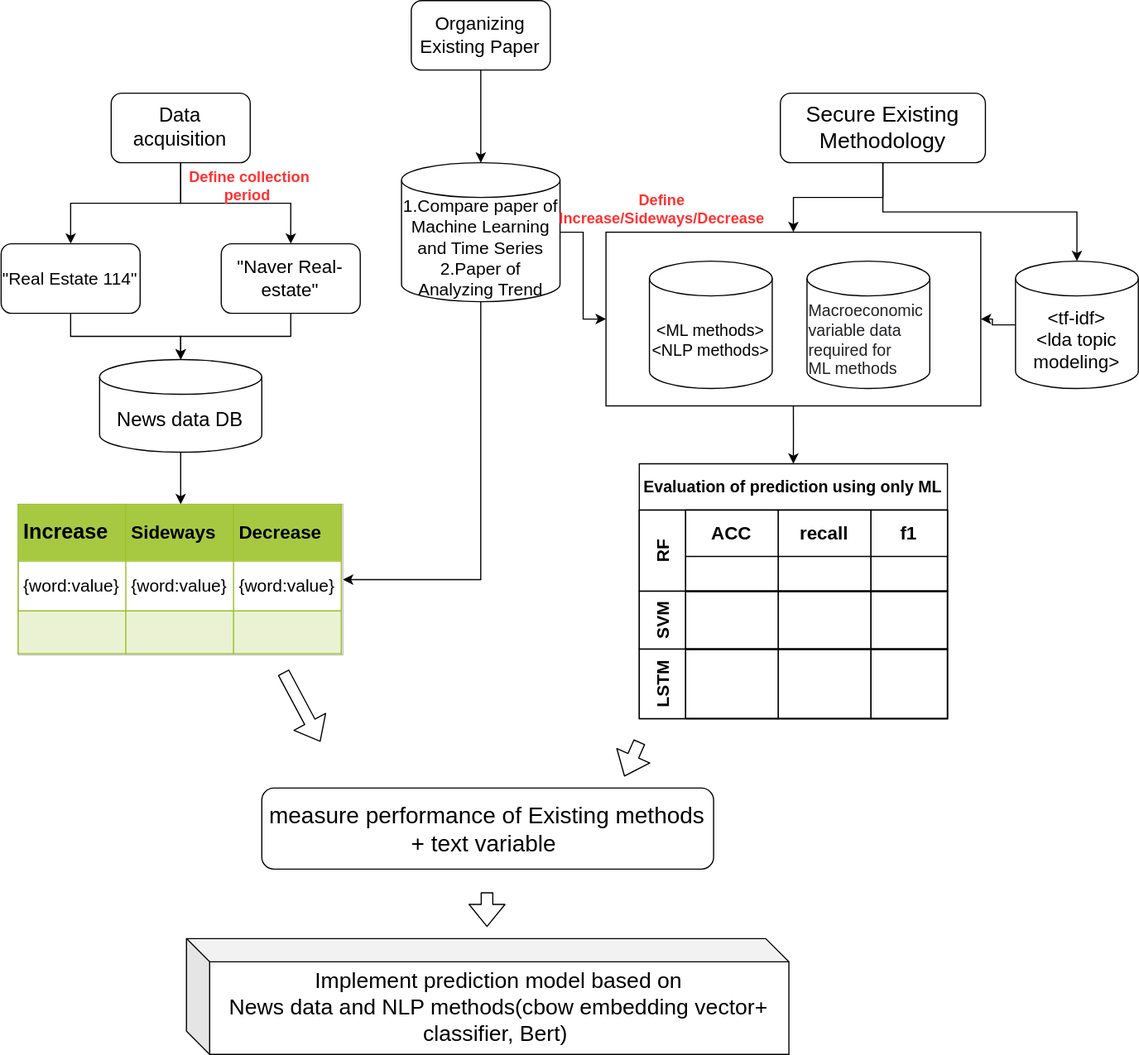
jinwooahnKHU/2021_1_real_estate_project keeps this draw.io diagram as Copy of project_flowchart_vertical.svg. Above is the earlier version. Source tidied: cells renumbered, new cells last; positions are measured from the earlier drawing's top-left corner, leaving out a move shared by most shapes.
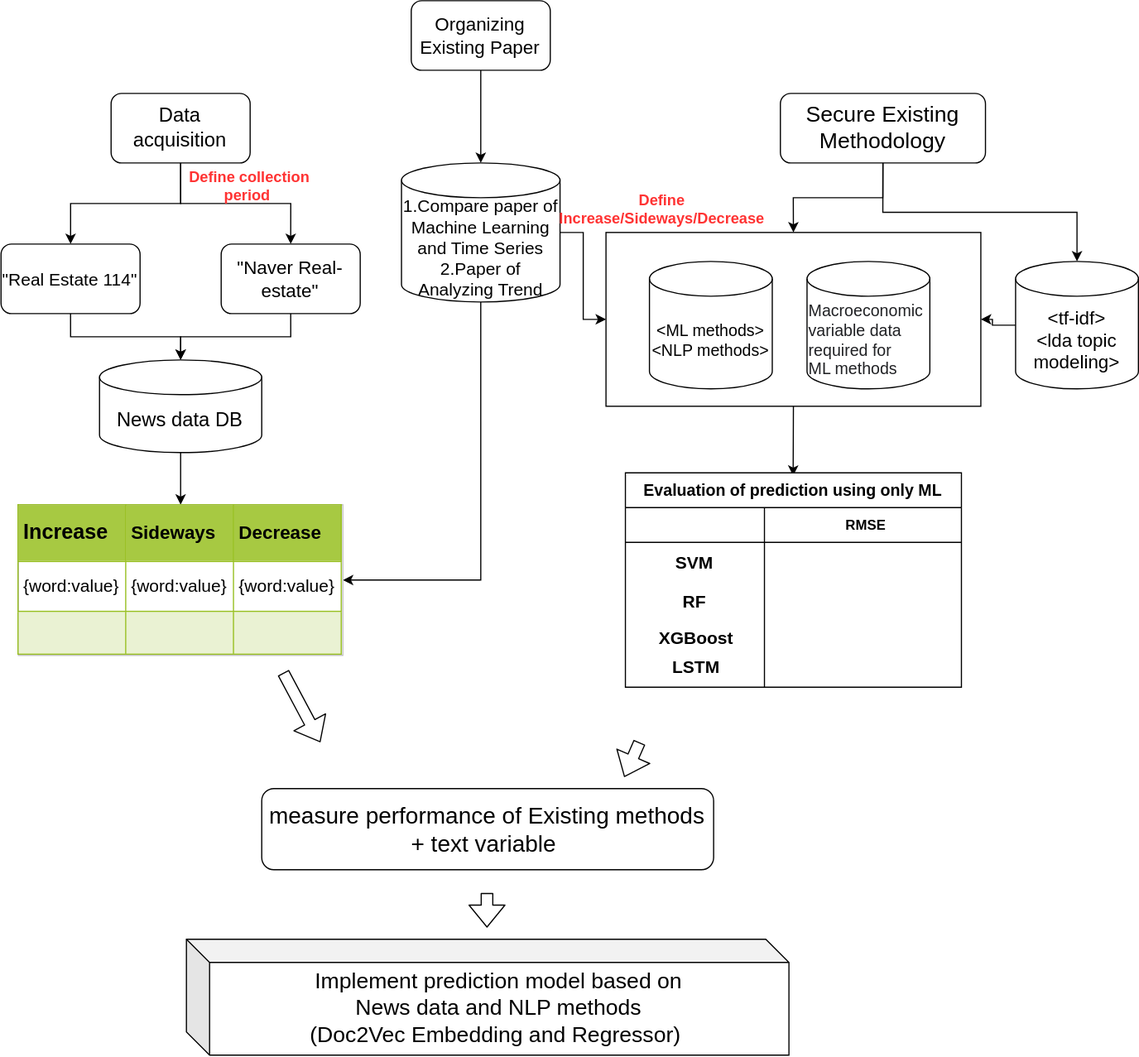
The same diagram one commit later.

The edit, as a diff of the source:
```diff
@@ -2,8 +2,10 @@
   <root>
     <mxCell id="0" />
     <mxCell id="1" parent="0" />
-    <mxCell id="2" style="edgeStyle=orthogonalEdgeStyle;rounded=0;jettySize=auto;html=1;exitX=0.5;exitY=1;exitDx=0;exitDy=0;entryX=0.5;entryY=0;entryDx=0;entryDy=0;" parent="1" edge="1" source="3" target="21">
-      <mxGeometry relative="1" as="geometry" />
+    <mxCell id="2" style="edgeStyle=orthogonalEdgeStyle;rounded=0;jettySize=auto;html=1;exitX=0.5;exitY=1;exitDx=0;exitDy=0;" parent="1" edge="1" source="3">
+      <mxGeometry relative="1" as="geometry">
+        <mxPoint x="684" y="410" as="targetPoint" />
+      </mxGeometry>
     </mxCell>
     <mxCell id="3" style="rounded=0;whiteSpace=wrap;html=1;shadow=0;glass=0;fillColor=#FFFFFF;gradientColor=#ffffff;" parent="1" vertex="1">
       <mxGeometry x="522.5" y="200" width="323.5" height="150" as="geometry" />
@@ -59,45 +61,6 @@
     <mxCell id="20" value="&lt;div style=&quot;text-align: left ; font-size: 14px&quot;&gt;&lt;font color=&quot;#202124&quot; style=&quot;font-size: 14px&quot;&gt;&lt;span style=&quot;white-space: pre&quot;&gt;Macroeconomic &lt;/span&gt;&lt;/font&gt;&lt;/div&gt;&lt;div style=&quot;text-align: left ; font-size: 14px&quot;&gt;&lt;font color=&quot;#202124&quot; style=&quot;font-size: 14px&quot;&gt;&lt;span style=&quot;white-space: pre&quot;&gt;variable data &lt;/span&gt;&lt;/font&gt;&lt;/div&gt;&lt;div style=&quot;text-align: left ; font-size: 14px&quot;&gt;&lt;font color=&quot;#202124&quot; style=&quot;font-size: 14px&quot;&gt;&lt;span style=&quot;white-space: pre&quot;&gt;required for &lt;/span&gt;&lt;/font&gt;&lt;/div&gt;&lt;div style=&quot;text-align: left ; font-size: 14px&quot;&gt;&lt;font color=&quot;#202124&quot; style=&quot;font-size: 14px&quot;&gt;&lt;span style=&quot;white-space: pre&quot;&gt;ML methods&lt;/span&gt;&lt;/font&gt;&lt;/div&gt;" style="shape=cylinder3;whiteSpace=wrap;html=1;boundedLbl=1;backgroundOutline=1;size=15;" parent="1" vertex="1">
       <mxGeometry x="696" y="225" width="106" height="110" as="geometry" />
     </mxCell>
-    <mxCell id="21" value="&lt;font style=&quot;font-size: 14px&quot;&gt;Evaluation of prediction using only ML&lt;/font&gt;" style="shape=table;rowLines=0;columnLines=0;startSize=40;html=1;whiteSpace=wrap;fontStyle=1;align=center;" parent="1" vertex="1">
-      <mxGeometry x="551.2" y="400" width="266" height="220" as="geometry" />
-    </mxCell>
-    <mxCell id="22" value="&lt;font style=&quot;font-size: 15px&quot;&gt;RF&lt;/font&gt;" style="swimlane;horizontal=0;startSize=40;html=1;whiteSpace=wrap;fontStyle=1;" parent="21" vertex="1">
-      <mxGeometry y="40" width="266" height="70" as="geometry" />
-    </mxCell>
-    <mxCell id="23" value="&lt;font style=&quot;font-size: 16px&quot;&gt;ACC&lt;/font&gt;" style="swimlane;startSize=40;html=1;whiteSpace=wrap;" parent="22" vertex="1">
-      <mxGeometry x="40" width="80" height="70" as="geometry" />
-    </mxCell>
-    <mxCell id="24" value="&lt;font style=&quot;font-size: 16px&quot;&gt;recall&lt;/font&gt;" style="swimlane;startSize=40;html=1;whiteSpace=wrap;" parent="22" vertex="1">
-      <mxGeometry x="120" width="80" height="70" as="geometry" />
-    </mxCell>
-    <mxCell id="25" value="&lt;font style=&quot;font-size: 16px&quot;&gt;f1&lt;/font&gt;" style="swimlane;startSize=40;html=1;whiteSpace=wrap;" parent="22" vertex="1">
-      <mxGeometry x="200" width="66" height="70" as="geometry" />
-    </mxCell>
-    <mxCell id="26" value="&lt;font style=&quot;font-size: 15px&quot;&gt;SVM&lt;/font&gt;" style="swimlane;horizontal=0;startSize=40;html=1;whiteSpace=wrap;" parent="21" vertex="1">
-      <mxGeometry y="110" width="266" height="50" as="geometry" />
-    </mxCell>
-    <mxCell id="27" style="swimlane;startSize=0;html=1;whiteSpace=wrap;" parent="26" vertex="1">
-      <mxGeometry x="40" width="80" height="50" as="geometry" />
-    </mxCell>
-    <mxCell id="28" style="swimlane;startSize=0;html=1;whiteSpace=wrap;" parent="26" vertex="1">
-      <mxGeometry x="120" width="80" height="50" as="geometry" />
-    </mxCell>
-    <mxCell id="29" style="swimlane;startSize=0;html=1;whiteSpace=wrap;" parent="26" vertex="1">
-      <mxGeometry x="200" width="66" height="50" as="geometry" />
-    </mxCell>
-    <mxCell id="30" value="&lt;font style=&quot;font-size: 15px&quot;&gt;LSTM&lt;/font&gt;" style="swimlane;horizontal=0;startSize=40;html=1;whiteSpace=wrap;" parent="21" vertex="1">
-      <mxGeometry y="160" width="266" height="60" as="geometry" />
-    </mxCell>
-    <mxCell id="31" style="swimlane;startSize=0;html=1;whiteSpace=wrap;" parent="30" vertex="1">
-      <mxGeometry x="40" width="80" height="60" as="geometry" />
-    </mxCell>
-    <mxCell id="32" style="swimlane;startSize=0;html=1;whiteSpace=wrap;" parent="30" vertex="1">
-      <mxGeometry x="120" width="80" height="60" as="geometry" />
-    </mxCell>
-    <mxCell id="33" style="swimlane;startSize=0;html=1;whiteSpace=wrap;" parent="30" vertex="1">
-      <mxGeometry x="200" width="66" height="60" as="geometry" />
-    </mxCell>
     <mxCell id="34" style="edgeStyle=orthogonalEdgeStyle;rounded=0;jettySize=auto;html=1;exitX=0.5;exitY=1;exitDx=0;exitDy=0;exitPerimeter=0;" parent="1" edge="1" source="35" target="36">
       <mxGeometry relative="1" as="geometry" />
     </mxCell>
@@ -125,7 +88,7 @@
     <mxCell id="41" value="&lt;b style=&quot;font-size: 13px&quot;&gt;&lt;font color=&quot;#ff3333&quot; style=&quot;font-size: 13px&quot;&gt;Define &lt;br&gt;Increase/Sideways/Decrease&lt;/font&gt;&lt;/b&gt;" style="text;html=1;strokeColor=none;fillColor=none;align=center;verticalAlign=middle;whiteSpace=wrap;rounded=0;shadow=0;glass=0;" parent="1" vertex="1">
       <mxGeometry x="516" y="170" width="110" height="20" as="geometry" />
     </mxCell>
-    <mxCell id="42" value="&lt;font style=&quot;font-size: 19px&quot;&gt;&lt;font style=&quot;font-size: 19px&quot;&gt;Implement prediction model based on &lt;br&gt;News data and&amp;nbsp;NLP methods(cbow embedding vector+ classifier, Bert)&lt;/font&gt;&amp;nbsp;&lt;/font&gt;" style="shape=cube;whiteSpace=wrap;html=1;boundedLbl=1;backgroundOutline=1;darkOpacity=0.05;darkOpacity2=0.1;" parent="1" vertex="1">
+    <mxCell id="42" value="&lt;font style=&quot;font-size: 19px&quot;&gt;&lt;font style=&quot;font-size: 19px&quot;&gt;Implement prediction model based on &lt;br&gt;News data and&amp;nbsp;NLP methods&lt;br&gt;(Doc2Vec Embedding and Regressor)&lt;/font&gt;&amp;nbsp;&lt;/font&gt;" style="shape=cube;whiteSpace=wrap;html=1;boundedLbl=1;backgroundOutline=1;darkOpacity=0.05;darkOpacity2=0.1;" parent="1" vertex="1">
       <mxGeometry x="160.4" y="810" width="520" height="100" as="geometry" />
     </mxCell>
     <mxCell id="43" value="&lt;font color=&quot;#ff3333&quot; size=&quot;1&quot;&gt;&lt;span&gt;&lt;b style=&quot;font-size: 13px&quot;&gt;Define collection period&amp;nbsp;&lt;/b&gt;&lt;/span&gt;&lt;/font&gt;" style="text;html=1;strokeColor=none;fillColor=none;align=center;verticalAlign=middle;whiteSpace=wrap;rounded=0;shadow=0;glass=0;" parent="1" vertex="1">
@@ -143,5 +106,41 @@
         <mxPoint x="538.2" y="670" as="targetPoint" />
       </mxGeometry>
     </mxCell>
+    <mxCell id="21" value="&lt;span style=&quot;font-size: 14px&quot;&gt;Evaluation of prediction using only ML&lt;/span&gt;" style="shape=table;html=1;whiteSpace=wrap;startSize=30;rowLines=0;fontStyle=1;align=center;" parent="1" vertex="1">
+      <mxGeometry x="539.2" y="407.5" width="290" height="185" as="geometry" />
+    </mxCell>
+    <mxCell id="46" style="shape=partialRectangle;html=1;whiteSpace=wrap;fillColor=none;top=0;left=0;bottom=1;right=0;" parent="21" vertex="1">
+      <mxGeometry y="30" width="290" height="30" as="geometry" />
+    </mxCell>
+    <mxCell id="47" style="shape=partialRectangle;html=1;whiteSpace=wrap;fillColor=none;top=0;left=0;bottom=0;right=0;overflow=hidden;" parent="46" vertex="1">
+      <mxGeometry width="120" height="30" as="geometry" />
+    </mxCell>
+    <mxCell id="48" value="&lt;b&gt;RMSE&lt;/b&gt;" style="shape=partialRectangle;html=1;whiteSpace=wrap;fillColor=none;top=0;left=0;bottom=0;right=0;align=center;spacingLeft=6;overflow=hidden;" parent="46" vertex="1">
+      <mxGeometry x="120" width="170" height="30" as="geometry" />
+    </mxCell>
+    <mxCell id="49" style="shape=partialRectangle;html=1;whiteSpace=wrap;fillColor=none;top=0;left=0;bottom=0;right=0;" parent="21" vertex="1">
+      <mxGeometry y="60" width="290" height="35" as="geometry" />
+    </mxCell>
+    <mxCell id="26" value="&lt;span style=&quot;font-size: 15px ; font-weight: 700 ; background-color: rgb(255 , 255 , 255)&quot;&gt;SVM&lt;/span&gt;" style="shape=partialRectangle;html=1;whiteSpace=wrap;fillColor=none;top=0;left=0;bottom=0;right=0;overflow=hidden;" parent="49" vertex="1">
+      <mxGeometry width="120" height="35" as="geometry" />
+    </mxCell>
+    <mxCell id="50" style="shape=partialRectangle;html=1;whiteSpace=wrap;fillColor=none;top=0;left=0;bottom=0;right=0;align=left;spacingLeft=6;overflow=hidden;" parent="49" vertex="1">
+      <mxGeometry x="120" width="170" height="35" as="geometry" />
+    </mxCell>
+    <mxCell id="51" style="shape=partialRectangle;html=1;whiteSpace=wrap;fillColor=none;top=0;left=0;bottom=0;right=0;" parent="21" vertex="1">
+      <mxGeometry y="95" width="290" height="30" as="geometry" />
+    </mxCell>
+    <mxCell id="22" value="&lt;span style=&quot;font-size: 15px ; font-weight: 700 ; background-color: rgb(255 , 255 , 255)&quot;&gt;RF&lt;/span&gt;" style="shape=partialRectangle;html=1;whiteSpace=wrap;fillColor=none;top=0;left=0;bottom=0;right=0;overflow=hidden;" parent="51" vertex="1">
+      <mxGeometry width="120" height="30" as="geometry" />
+    </mxCell>
+    <mxCell id="52" style="shape=partialRectangle;html=1;whiteSpace=wrap;fillColor=none;top=0;left=0;bottom=0;right=0;align=left;spacingLeft=6;overflow=hidden;" parent="51" vertex="1">
+      <mxGeometry x="120" width="170" height="30" as="geometry" />
+    </mxCell>
+    <mxCell id="53" value="&lt;b&gt;&lt;font style=&quot;font-size: 15px&quot;&gt;XGBoost&lt;/font&gt;&lt;/b&gt;" style="text;html=1;align=center;verticalAlign=middle;" parent="1" vertex="1">
+      <mxGeometry x="560" y="540" width="80" height="20" as="geometry" />
+    </mxCell>
+    <mxCell id="30" value="&lt;span style=&quot;font-size: 15px ; font-weight: 700 ; background-color: rgb(255 , 255 , 255)&quot;&gt;LSTM&lt;/span&gt;" style="text;html=1;align=center;verticalAlign=middle;" parent="1" vertex="1">
+      <mxGeometry x="570" y="565" width="60" height="20" as="geometry" />
+    </mxCell>
   </root>
 </mxGraphModel>
```
